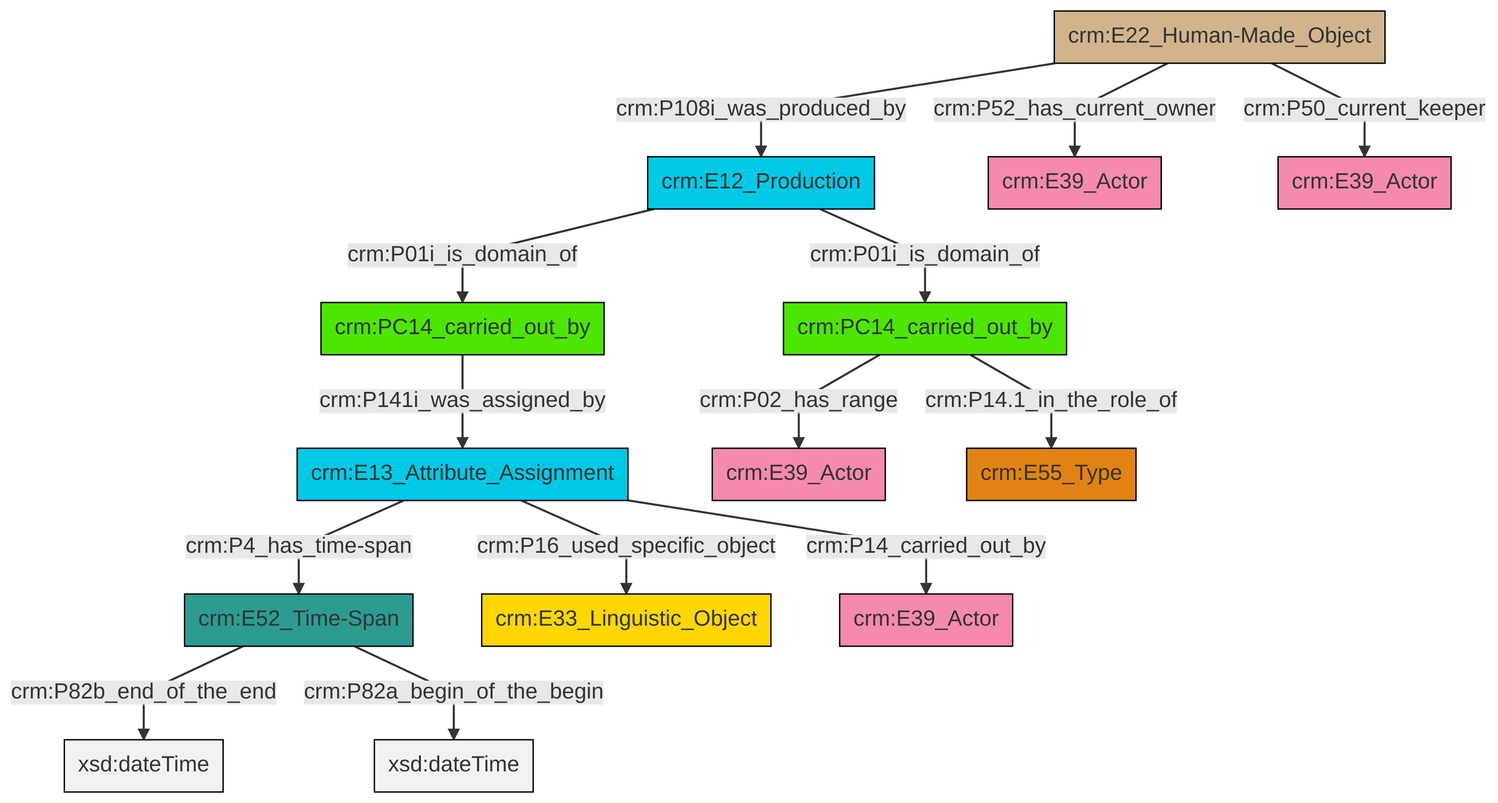
swiss-art-research-net/docs.swissartresearch keeps this Mermaid diagram as et/carrierCSV/ttl/mmd/png/carrier_relations.png. Above is the earlier version. Its source is kept beside it as et/carrierCSV/ttl/mmd/carrier_relations.ttl.mmd.
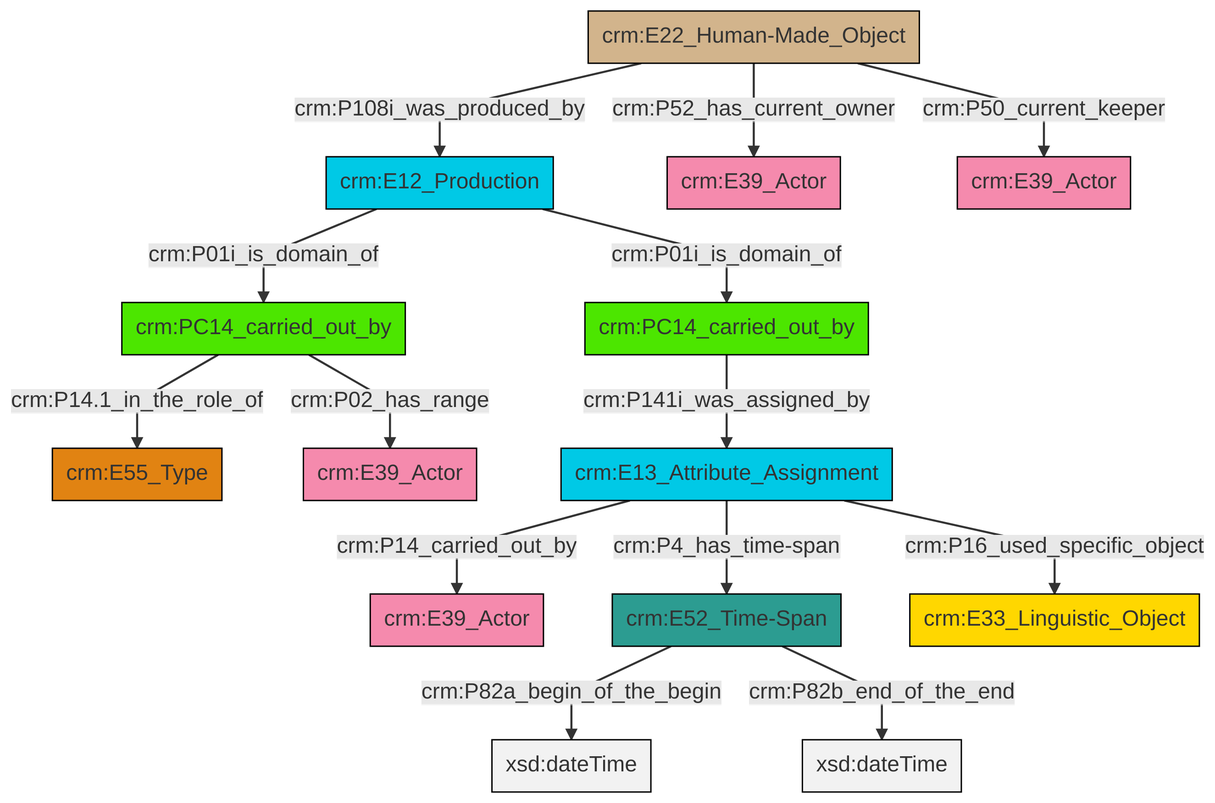
Above is the later version.

What changed in the source:
```diff
@@ -14,15 +14,15 @@
 classDef Multi fill:#cccccc,stroke:#000000;
 
 0["crm:E22_Human-Made_Object"]:::Physical_Thing -->|crm:P108i_was_produced_by| 1["crm:E12_Production"]:::Temporal_Entity
-5["crm:E13_Attribute_Assignment"]:::Temporal_Entity -->|crm:P4_has_time-span| 6["crm:E52_Time-Span"]:::Time-Span
-6["crm:E52_Time-Span"]:::Time-Span -->|crm:P82b_end_of_the_end| 8[xsd:dateTime]:::Literal
-6["crm:E52_Time-Span"]:::Time-Span -->|crm:P82a_begin_of_the_begin| 11[xsd:dateTime]:::Literal
-0["crm:E22_Human-Made_Object"]:::Physical_Thing -->|crm:P52_has_current_owner| 12["crm:E39_Actor"]:::Actor
-13["crm:PC14_carried_out_by"]:::PC_Classes -->|crm:P02_has_range| 14["crm:E39_Actor"]:::Actor
-15["crm:PC14_carried_out_by"]:::PC_Classes -->|crm:P141i_was_assigned_by| 5["crm:E13_Attribute_Assignment"]:::Temporal_Entity
-1["crm:E12_Production"]:::Temporal_Entity -->|crm:P01i_is_domain_of| 15["crm:PC14_carried_out_by"]:::PC_Classes
-0["crm:E22_Human-Made_Object"]:::Physical_Thing -->|crm:P50_current_keeper| 20["crm:E39_Actor"]:::Actor
-5["crm:E13_Attribute_Assignment"]:::Temporal_Entity -->|crm:P16_used_specific_object| 18["crm:E33_Linguistic_Object"]:::Conceptual_Object
-1["crm:E12_Production"]:::Temporal_Entity -->|crm:P01i_is_domain_of| 13["crm:PC14_carried_out_by"]:::PC_Classes
-5["crm:E13_Attribute_Assignment"]:::Temporal_Entity -->|crm:P14_carried_out_by| 9["crm:E39_Actor"]:::Actor
-13["crm:PC14_carried_out_by"]:::PC_Classes -->|crm:P14.1_in_the_role_of| 2["crm:E55_Type"]:::Type
+0["crm:E22_Human-Made_Object"]:::Physical_Thing -->|crm:P52_has_current_owner| 2["crm:E39_Actor"]:::Actor
+3["crm:E52_Time-Span"]:::Time-Span -->|crm:P82a_begin_of_the_begin| 4[xsd:dateTime]:::Literal
+5["crm:PC14_carried_out_by"]:::PC_Classes -->|crm:P14.1_in_the_role_of| 6["crm:E55_Type"]:::Type
+10["crm:PC14_carried_out_by"]:::PC_Classes -->|crm:P141i_was_assigned_by| 11["crm:E13_Attribute_Assignment"]:::Temporal_Entity
+1["crm:E12_Production"]:::Temporal_Entity -->|crm:P01i_is_domain_of| 5["crm:PC14_carried_out_by"]:::PC_Classes
+11["crm:E13_Attribute_Assignment"]:::Temporal_Entity -->|crm:P14_carried_out_by| 13["crm:E39_Actor"]:::Actor
+3["crm:E52_Time-Span"]:::Time-Span -->|crm:P82b_end_of_the_end| 15[xsd:dateTime]:::Literal
+0["crm:E22_Human-Made_Object"]:::Physical_Thing -->|crm:P50_current_keeper| 19["crm:E39_Actor"]:::Actor
+11["crm:E13_Attribute_Assignment"]:::Temporal_Entity -->|crm:P4_has_time-span| 3["crm:E52_Time-Span"]:::Time-Span
+5["crm:PC14_carried_out_by"]:::PC_Classes -->|crm:P02_has_range| 22["crm:E39_Actor"]:::Actor
+1["crm:E12_Production"]:::Temporal_Entity -->|crm:P01i_is_domain_of| 10["crm:PC14_carried_out_by"]:::PC_Classes
+11["crm:E13_Attribute_Assignment"]:::Temporal_Entity -->|crm:P16_used_specific_object| 7["crm:E33_Linguistic_Object"]:::Conceptual_Object
```
